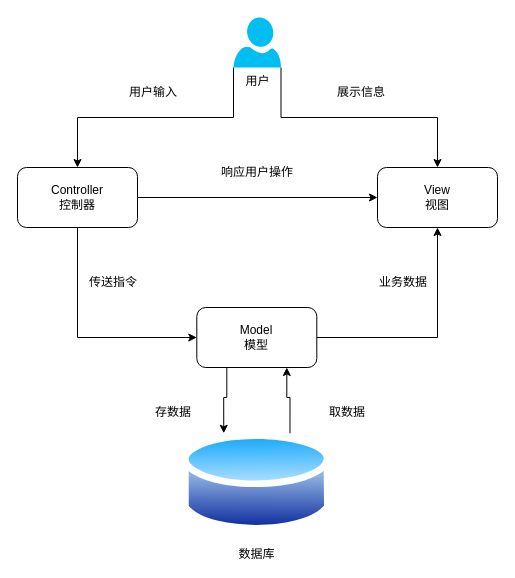
wupei-w/diagrams keeps this draw.io diagram as project structure.drawio. Above is the earlier version. Source tidied: cells renumbered, new cells numbered last; positions are measured from the earlier drawing's top-left corner, leaving out a move shared by most shapes. Both pictures are drawn from the tidied source at 100%, with x=0, y=0 at pixel (17, 17).
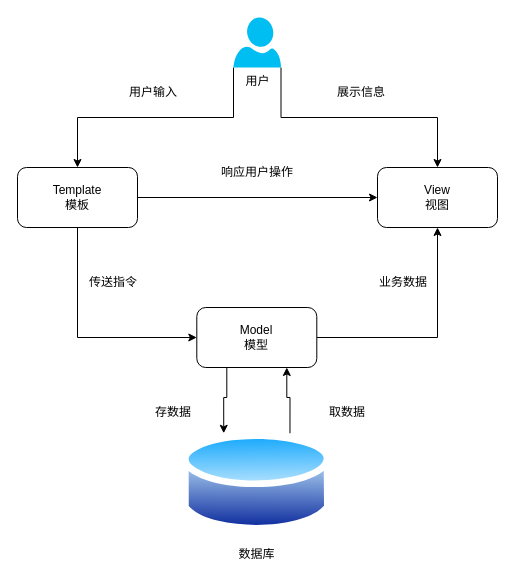
The same diagram, later.

Diff of the diagram source:
```diff
@@
-    <mxCell id="7" value="Controller&lt;br&gt;控制器" style="rounded=1;whiteSpace=wrap;html=1;" parent="1" vertex="1">
+    <mxCell id="7" value="Template&lt;br&gt;模板" style="rounded=1;whiteSpace=wrap;html=1;" parent="1" vertex="1">
       <mxGeometry y="150" width="120" height="60" as="geometry" />
     </mxCell>
```
